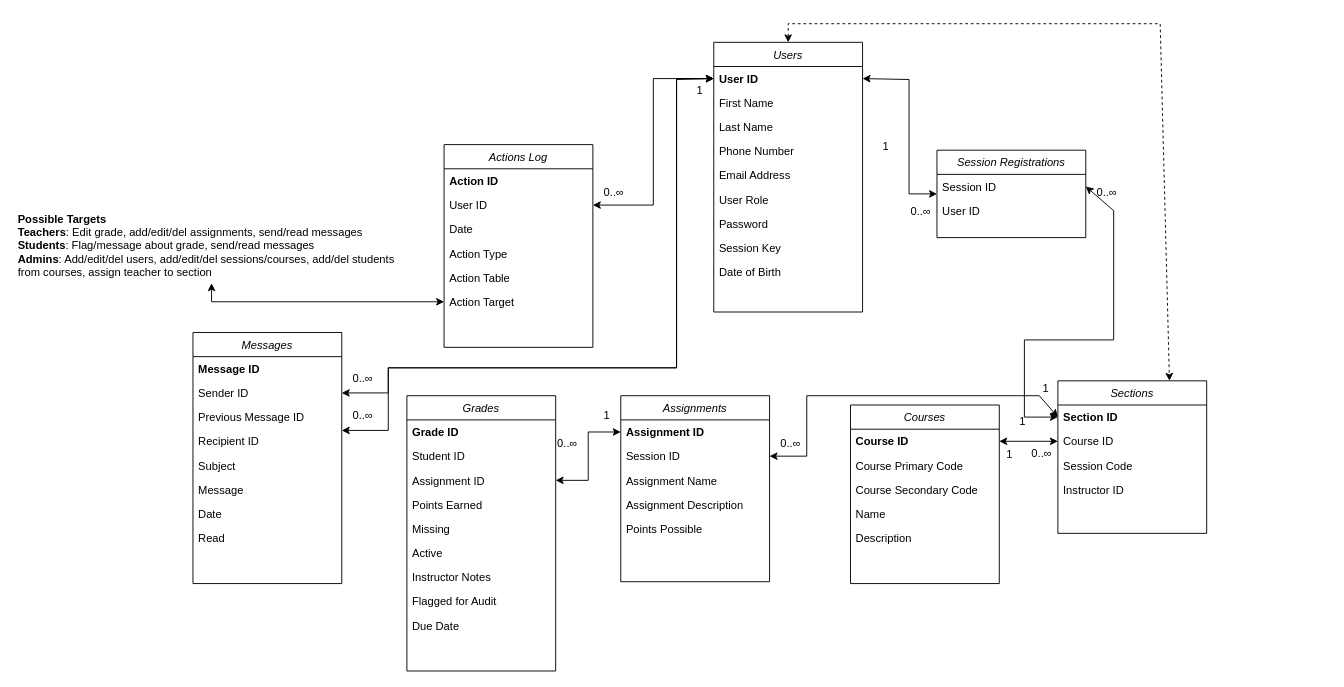
The draw.io diagram Documentation/General Information/Database.drawio in BenJewell/CMPS480_SP22, before the edit. Source tidied: cells renumbered, new cells numbered last; positions are measured from the earlier drawing's top-left corner, leaving out a move shared by most shapes. Both pictures are drawn from the tidied source at 93%, with x=0, y=0 at pixel (16, 23).
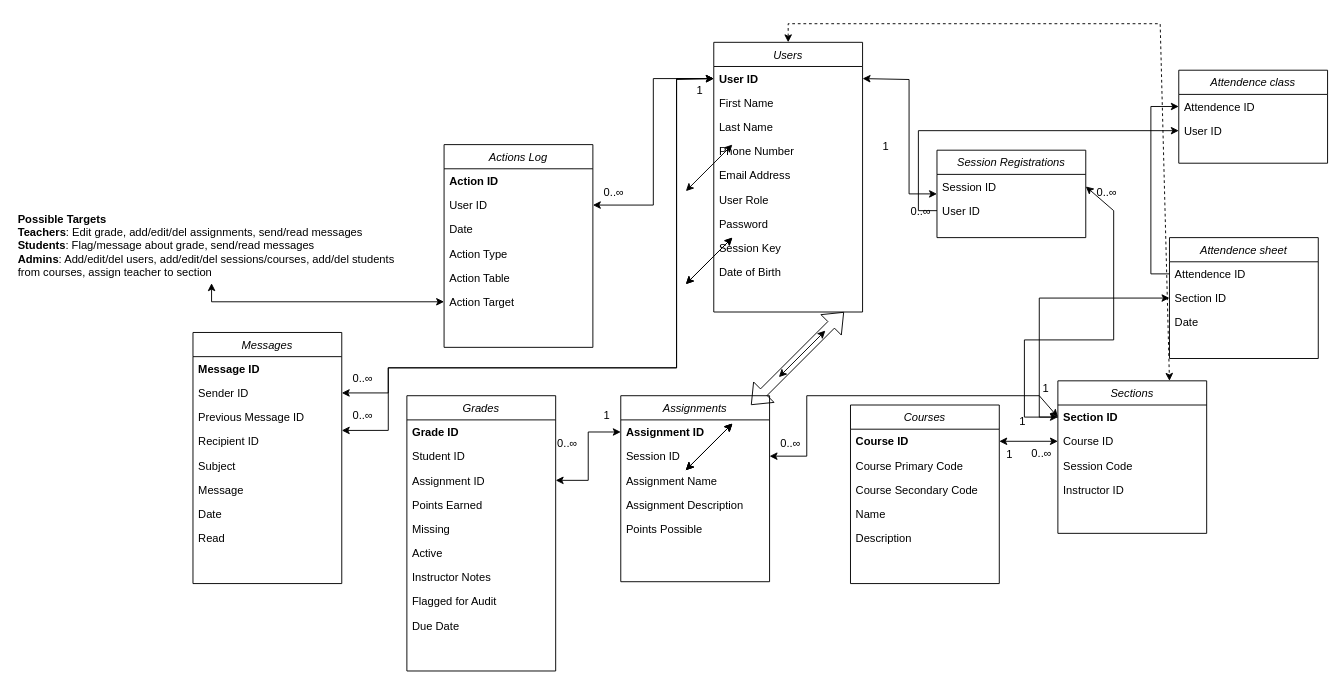
After the change.

Unchanged cells that the change refers to:
```xml
<mxCell id="29" value="Section ID" style="text;align=left;verticalAlign=top;spacingLeft=4;spacingRight=4;overflow=hidden;points=[[0,0.5],[1,0.5]];portConstraint=eastwest;rounded=0;shadow=0;html=0;fontStyle=1;" parent="28" vertex="1">
  <mxGeometry y="26" width="160" height="26" as="geometry" />
</mxCell>
<mxCell id="35" value="User ID" style="text;align=left;verticalAlign=top;spacingLeft=4;spacingRight=4;overflow=hidden;points=[[0,0.5],[1,0.5]];portConstraint=eastwest;rounded=0;shadow=0;html=0;" parent="33" vertex="1">
  <mxGeometry y="52" width="160" height="26" as="geometry" />
</mxCell>
```

What changed in the source:
```diff
@@
+    <mxCell id="84" value="Attendence sheet" style="swimlane;fontStyle=2;align=center;verticalAlign=top;horizontal=1;startSize=26;rounded=0;shadow=0;strokeWidth=1;" parent="1" vertex="1">
+      <mxGeometry x="1240" y="230" width="160" height="130" as="geometry" />
+    </mxCell>
+    <mxCell id="85" value="Attendence ID" style="text;align=left;verticalAlign=top;spacingLeft=4;spacingRight=4;overflow=hidden;points=[[0,0.5],[1,0.5]];portConstraint=eastwest;rounded=0;shadow=0;html=0;fontStyle=0;" parent="84" vertex="1">
+      <mxGeometry y="26" width="160" height="26" as="geometry" />
+    </mxCell>
+    <mxCell id="86" value="Section ID" style="text;align=left;verticalAlign=top;spacingLeft=4;spacingRight=4;overflow=hidden;points=[[0,0.5],[1,0.5]];portConstraint=eastwest;rounded=0;shadow=0;html=0;fontStyle=0;" parent="84" vertex="1">
+      <mxGeometry y="52" width="160" height="26" as="geometry" />
+    </mxCell>
+    <mxCell id="87" value="Date" style="text;align=left;verticalAlign=top;spacingLeft=4;spacingRight=4;overflow=hidden;rounded=0;shadow=0;html=0;fontStyle=0;" parent="84" vertex="1">
+      <mxGeometry y="78" width="160" height="26" as="geometry" />
+    </mxCell>
+    <mxCell id="88" value="Attendence class" style="swimlane;fontStyle=2;align=center;verticalAlign=top;horizontal=1;startSize=26;rounded=0;shadow=0;strokeWidth=1;" parent="1" vertex="1">
+      <mxGeometry x="1250" y="50" width="160" height="100" as="geometry" />
+    </mxCell>
+    <mxCell id="89" value="Attendence ID" style="text;align=left;verticalAlign=top;spacingLeft=4;spacingRight=4;overflow=hidden;points=[[0,0.5],[1,0.5]];portConstraint=eastwest;rounded=0;shadow=0;html=0;fontStyle=0;" parent="88" vertex="1">
+      <mxGeometry y="26" width="160" height="26" as="geometry" />
+    </mxCell>
+    <mxCell id="90" value="User ID" style="text;align=left;verticalAlign=top;spacingLeft=4;spacingRight=4;overflow=hidden;points=[[0,0.5],[1,0.5]];portConstraint=eastwest;rounded=0;shadow=0;html=0;fontStyle=0;" parent="88" vertex="1">
+      <mxGeometry y="52" width="160" height="26" as="geometry" />
+    </mxCell>
+    <mxCell id="91" style="endArrow=classic;startArrow=classic;html=1;rounded=0;" parent="1" edge="1">
+      <mxGeometry relative="1" as="geometry">
+        <mxPoint x="720" y="480" as="sourcePoint" />
+        <mxPoint x="770" y="430" as="targetPoint" />
+      </mxGeometry>
+    </mxCell>
+    <mxCell id="92" style="edgeStyle=orthogonalEdgeStyle;rounded=0;jettySize=auto;html=1;exitX=0;exitY=0.5;exitDx=0;exitDy=0;" parent="1" edge="1" source="29" target="86">
+      <mxGeometry relative="1" as="geometry" />
+    </mxCell>
+    <mxCell id="93" style="endArrow=classic;startArrow=classic;html=1;rounded=0;" parent="1" edge="1">
+      <mxGeometry relative="1" as="geometry">
+        <mxPoint x="720" y="480" as="sourcePoint" />
+        <mxPoint x="770" y="430" as="targetPoint" />
+      </mxGeometry>
+    </mxCell>
+    <mxCell id="94" style="endArrow=classic;html=1;rounded=0;" parent="1" edge="1">
+      <mxGeometry relative="1" as="geometry">
+        <mxPoint x="720" y="480" as="sourcePoint" />
+        <mxPoint x="770" y="430" as="targetPoint" />
+      </mxGeometry>
+    </mxCell>
+    <mxCell id="95" style="endArrow=classic;startArrow=classic;html=1;rounded=0;" parent="1" edge="1">
+      <mxGeometry relative="1" as="geometry">
+        <mxPoint x="720" y="480" as="sourcePoint" />
+        <mxPoint x="770" y="430" as="targetPoint" />
+      </mxGeometry>
+    </mxCell>
+    <mxCell id="96" style="endArrow=classic;startArrow=classic;html=1;rounded=0;" parent="1" edge="1">
+      <mxGeometry relative="1" as="geometry">
+        <mxPoint x="720" y="280" as="sourcePoint" />
+        <mxPoint x="770" y="230" as="targetPoint" />
+      </mxGeometry>
+    </mxCell>
+    <mxCell id="97" style="endArrow=classic;startArrow=classic;html=1;rounded=0;" parent="1" edge="1">
+      <mxGeometry relative="1" as="geometry">
+        <mxPoint x="720" y="280" as="sourcePoint" />
+        <mxPoint x="770" y="230" as="targetPoint" />
+      </mxGeometry>
+    </mxCell>
+    <mxCell id="98" style="endArrow=classic;startArrow=classic;html=1;rounded=0;" parent="1" edge="1">
+      <mxGeometry relative="1" as="geometry">
+        <mxPoint x="720" y="180" as="sourcePoint" />
+        <mxPoint x="770" y="130" as="targetPoint" />
+      </mxGeometry>
+    </mxCell>
+    <mxCell id="99" style="edgeStyle=orthogonalEdgeStyle;rounded=0;jettySize=auto;html=1;exitX=0;exitY=0.5;exitDx=0;exitDy=0;" parent="1" edge="1" source="85" target="89">
+      <mxGeometry relative="1" as="geometry" />
+    </mxCell>
+    <mxCell id="100" style="shape=flexArrow;endArrow=classic;startArrow=classic;html=1;rounded=0;" parent="1" edge="1">
+      <mxGeometry relative="1" as="geometry">
+        <mxPoint x="790" y="410" as="sourcePoint" />
+        <mxPoint x="890" y="310" as="targetPoint" />
+      </mxGeometry>
+    </mxCell>
+    <mxCell id="101" style="endArrow=classic;startArrow=classic;html=1;rounded=0;" parent="1" edge="1">
+      <mxGeometry relative="1" as="geometry">
+        <mxPoint x="820" y="380" as="sourcePoint" />
+        <mxPoint x="870" y="330" as="targetPoint" />
+      </mxGeometry>
+    </mxCell>
+    <mxCell id="102" style="edgeStyle=orthogonalEdgeStyle;rounded=0;jettySize=auto;html=1;exitX=0;exitY=0.5;exitDx=0;exitDy=0;entryX=0;entryY=0.5;entryDx=0;entryDy=0;" parent="1" edge="1" source="35" target="90">
+      <mxGeometry relative="1" as="geometry" />
+    </mxCell>
```
